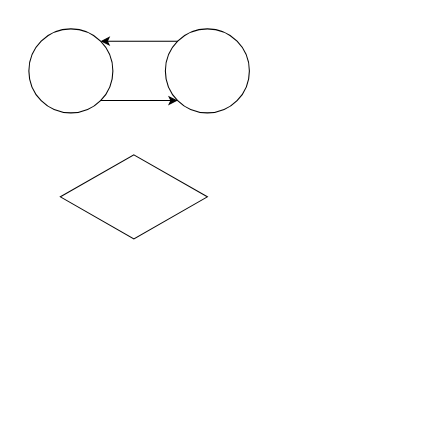
Earlier version of the draw.io diagram 3-27组会.drawio (Tarseus/drawio). Source tidied: cells renumbered, new cells numbered last; positions are measured from the earlier drawing's top-left corner, leaving out a move shared by most shapes. Both pictures are drawn from the tidied source at 105%, with x=0, y=0 at pixel (28, 28).
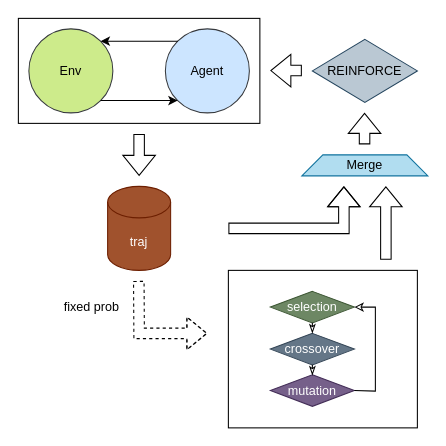
After the change.

The edit, as a diff of the source:
```diff
@@
-    <mxCell id="2" style="rhombus;whiteSpace=wrap;html=1;" parent="1" vertex="1">
-      <mxGeometry x="30" y="120" width="140" height="80" as="geometry" />
-    </mxCell>
+    <mxCell id="7" style="rounded=0;whiteSpace=wrap;html=1;" parent="1" vertex="1">
+      <mxGeometry x="-10" y="-10" width="230" height="100" as="geometry" />
+    </mxCell>
-    <mxCell id="3" style="ellipse;whiteSpace=wrap;html=1;" parent="1" vertex="1">
+    <mxCell id="3" value="Env" style="ellipse;whiteSpace=wrap;html=1;fillColor=#cdeb8b;strokeColor=#36393d;" parent="1" vertex="1">
       <mxGeometry width="80" height="80" as="geometry" />
     </mxCell>
-    <mxCell id="4" style="ellipse;whiteSpace=wrap;html=1;" parent="1" vertex="1">
+    <mxCell id="4" value="Agent" style="ellipse;whiteSpace=wrap;html=1;horizontal=1;fillColor=#cce5ff;strokeColor=#36393d;" parent="1" vertex="1">
       <mxGeometry x="130" width="80" height="80" as="geometry" />
     </mxCell>
@@
+    <mxCell id="8" style="shape=flexArrow;endArrow=classic;html=1;rounded=0;" parent="1" edge="1">
+      <mxGeometry relative="1" as="geometry">
+        <mxPoint x="105" y="100" as="sourcePoint" />
+        <mxPoint x="105" y="140" as="targetPoint" />
+      </mxGeometry>
+    </mxCell>
+    <mxCell id="9" value="traj" style="shape=cylinder3;whiteSpace=wrap;html=1;boundedLbl=1;backgroundOutline=1;size=15;fillColor=#a0522d;fontColor=#ffffff;strokeColor=#6D1F00;" parent="1" vertex="1">
+      <mxGeometry x="75" y="150" width="60" height="80" as="geometry" />
+    </mxCell>
+    <mxCell id="10" style="shape=flexArrow;endArrow=classic;html=1;rounded=0;" parent="1" edge="1">
+      <mxGeometry relative="1" as="geometry">
+        <mxPoint x="190" y="190" as="sourcePoint" />
+        <mxPoint x="300" y="150" as="targetPoint" />
+        <Array as="points">
+          <mxPoint x="300" y="190" />
+        </Array>
+      </mxGeometry>
+    </mxCell>
+    <mxCell id="11" style="shape=flexArrow;endArrow=classic;html=1;rounded=0;fillColor=none;dashed=1;" parent="1" edge="1">
+      <mxGeometry relative="1" as="geometry">
+        <mxPoint x="104.7" y="240" as="sourcePoint" />
+        <mxPoint x="170" y="290" as="targetPoint" />
+        <Array as="points">
+          <mxPoint x="105" y="290" />
+        </Array>
+      </mxGeometry>
+    </mxCell>
+    <mxCell id="12" style="rounded=0;whiteSpace=wrap;html=1;" parent="1" vertex="1">
+      <mxGeometry x="190" y="230" width="180" height="150" as="geometry" />
+    </mxCell>
+    <mxCell id="13" value="selection" style="rhombus;whiteSpace=wrap;html=1;fillColor=#6d8764;fontColor=#ffffff;strokeColor=#3A5431;" parent="1" vertex="1">
+      <mxGeometry x="230" y="250" width="80" height="30" as="geometry" />
+    </mxCell>
+    <mxCell id="14" value="crossover" style="rhombus;whiteSpace=wrap;html=1;fillColor=#647687;fontColor=#ffffff;strokeColor=#314354;" parent="1" vertex="1">
+      <mxGeometry x="230" y="290" width="80" height="30" as="geometry" />
+    </mxCell>
+    <mxCell id="15" value="mutation" style="rhombus;whiteSpace=wrap;html=1;fillColor=#76608a;fontColor=#ffffff;strokeColor=#432D57;" parent="1" vertex="1">
+      <mxGeometry x="230" y="329.5" width="80" height="30" as="geometry" />
+    </mxCell>
+    <mxCell id="16" style="endArrow=classicThin;html=1;rounded=0;exitX=0.5;exitY=1;exitDx=0;exitDy=0;entryX=0.5;entryY=0;entryDx=0;entryDy=0;endFill=0;strokeColor=light-dark(#000000, #b2cbff);fillColor=#0050ef;startFill=0;" parent="1" edge="1" source="13" target="14">
+      <mxGeometry relative="1" as="geometry" />
+    </mxCell>
+    <mxCell id="17" style="endArrow=classicThin;html=1;rounded=0;exitX=0.5;exitY=1;exitDx=0;exitDy=0;endFill=0;strokeColor=light-dark(#000000, #b2cbff);fillColor=#0050ef;startFill=0;" parent="1" edge="1" source="14">
+      <mxGeometry relative="1" as="geometry">
+        <mxPoint x="270" y="330" as="targetPoint" />
+      </mxGeometry>
+    </mxCell>
+    <mxCell id="18" style="endArrow=classic;html=1;rounded=0;exitX=1;exitY=0.5;exitDx=0;exitDy=0;entryX=1;entryY=0.5;entryDx=0;entryDy=0;strokeColor=default;endFill=0;strokeWidth=1;" parent="1" edge="1" source="15" target="13">
+      <mxGeometry relative="1" as="geometry">
+        <Array as="points">
+          <mxPoint x="330" y="345" />
+          <mxPoint x="330" y="310" />
+          <mxPoint x="330" y="265" />
+        </Array>
+      </mxGeometry>
+    </mxCell>
+    <mxCell id="19" style="shape=flexArrow;endArrow=classic;html=1;rounded=0;" parent="1" edge="1">
+      <mxGeometry relative="1" as="geometry">
+        <mxPoint x="340" y="220" as="sourcePoint" />
+        <mxPoint x="340" y="150" as="targetPoint" />
+      </mxGeometry>
+    </mxCell>
+    <mxCell id="20" value="Merge" style="shape=trapezoid;perimeter=trapezoidPerimeter;whiteSpace=wrap;html=1;fixedSize=1;fillColor=#b1ddf0;strokeColor=#10739e;" parent="1" vertex="1">
+      <mxGeometry x="260" y="120" width="120" height="20" as="geometry" />
+    </mxCell>
+    <mxCell id="21" style="shape=flexArrow;endArrow=classic;html=1;rounded=0;" parent="1" edge="1">
+      <mxGeometry relative="1" as="geometry">
+        <mxPoint x="319.7" y="110" as="sourcePoint" />
+        <mxPoint x="319.7" y="80" as="targetPoint" />
+      </mxGeometry>
+    </mxCell>
+    <mxCell id="22" value="REINFORCE" style="rhombus;whiteSpace=wrap;html=1;fillColor=#bac8d3;strokeColor=#23445d;" parent="1" vertex="1">
+      <mxGeometry x="270" y="10" width="100" height="60" as="geometry" />
+    </mxCell>
+    <mxCell id="23" style="shape=flexArrow;endArrow=classic;html=1;rounded=0;" parent="1" edge="1">
+      <mxGeometry relative="1" as="geometry">
+        <mxPoint x="260" y="39.7" as="sourcePoint" />
+        <mxPoint x="230" y="39.7" as="targetPoint" />
+      </mxGeometry>
+    </mxCell>
+    <mxCell id="24" value="fixed prob" style="text;html=1;align=center;verticalAlign=middle;whiteSpace=wrap;rounded=0;" parent="1" vertex="1">
+      <mxGeometry x="30" y="250" width="60" height="30" as="geometry" />
+    </mxCell>
```
